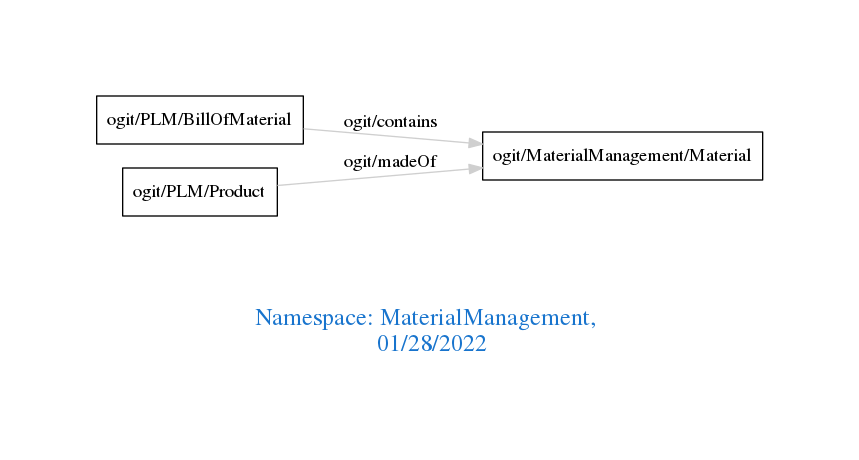
This is downloads/MaterialManagement.png from arago/OGIT, a Graphviz export, as it was before one commit. Its source is kept beside it as downloads/MaterialManagement.dot.
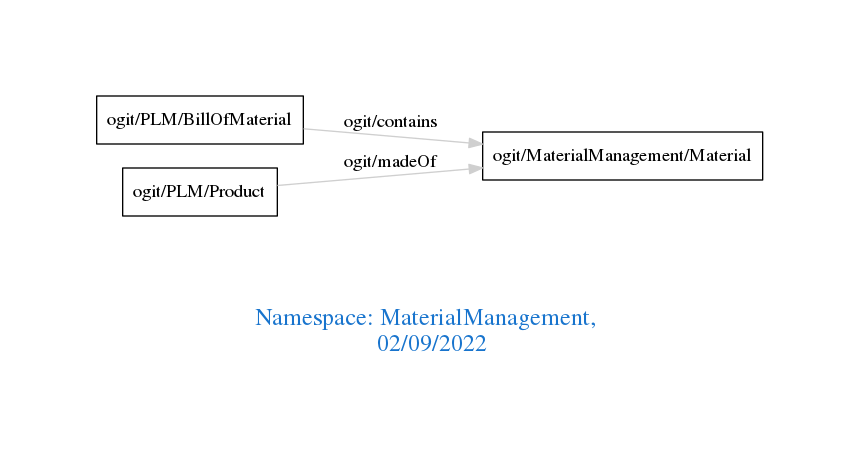
The same file after the commit.

Change to the diagram source:
```diff
@@ -1,7 +1,7 @@
 digraph OGIT_ontology {
  graph [ rankdir= LR,pad=1
 fontsize = 18,
-fontcolor= dodgerblue3,label = "\n\n\nNamespace: MaterialManagement, \n 01/28/2022"];
+fontcolor= dodgerblue3,label = "\n\n\nNamespace: MaterialManagement, \n 02/09/2022"];
 node[shape=polygon];
 edge [  color="gray81"];
 
```
